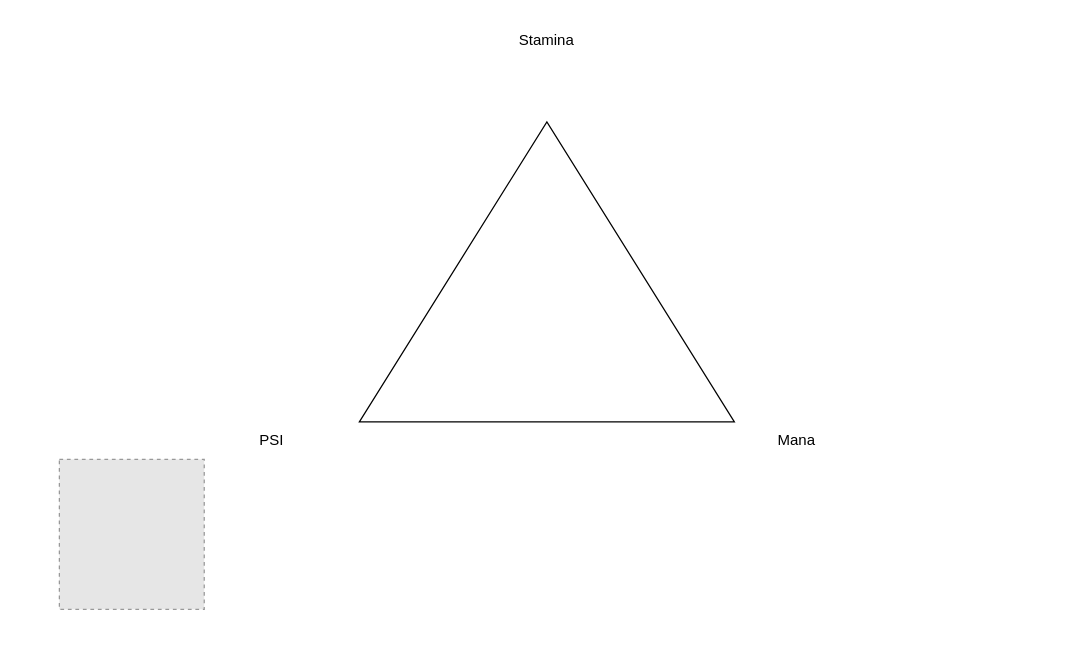
This is Diagrama sin título.drawio from netogithub/venn-frameworks, a draw.io file, before an edit. Source tidied: cells renumbered, new cells numbered last; positions are measured from the earlier drawing's top-left corner, leaving out a move shared by most shapes. Both pictures are drawn from the tidied source at 125%, with x=0, y=0 at pixel (59, 21). Pictures stored in the file or linked from it are replaced by grey dashed boxes.
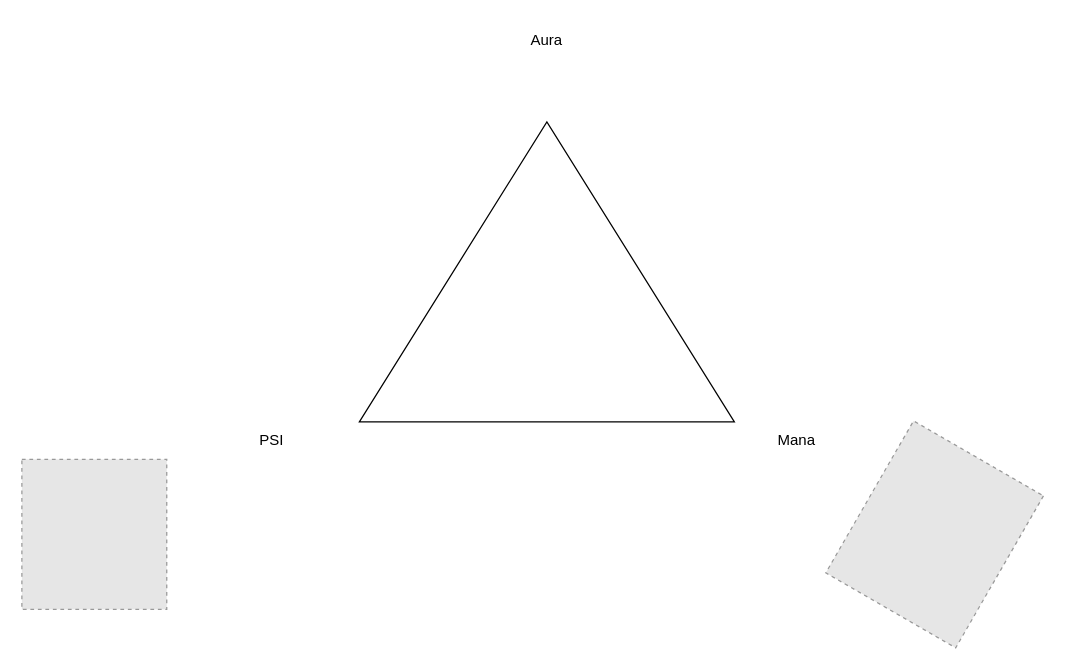
After the change.

The edit, as a diff of the source:
```diff
@@
 <mxGraphModel>
   <root>
     <mxCell id="0" />
     <mxCell id="1" parent="0" />
     <mxCell id="2" style="triangle;whiteSpace=wrap;html=1;rotation=-90;" parent="1" vertex="1">
       <mxGeometry x="270" y="50" width="240" height="300" as="geometry" />
     </mxCell>
-    <mxCell id="3" value="Stamina" style="text;html=1;strokeColor=none;fillColor=none;align=center;verticalAlign=middle;whiteSpace=wrap;rounded=0;" parent="1" vertex="1">
+    <mxCell id="3" value="Aura" style="text;html=1;strokeColor=none;fillColor=none;align=center;verticalAlign=middle;whiteSpace=wrap;rounded=0;" parent="1" vertex="1">
       <mxGeometry x="360" width="60" height="30" as="geometry" />
     </mxCell>
     <mxCell id="4" value="Mana" style="text;html=1;strokeColor=none;fillColor=none;align=center;verticalAlign=middle;whiteSpace=wrap;rounded=0;" parent="1" vertex="1">
       <mxGeometry x="560" y="320" width="60" height="30" as="geometry" />
     </mxCell>
     <mxCell id="5" value="PSI" style="text;html=1;strokeColor=none;fillColor=none;align=center;verticalAlign=middle;whiteSpace=wrap;rounded=0;" parent="1" vertex="1">
       <mxGeometry x="140" y="320" width="60" height="30" as="geometry" />
     </mxCell>
     <mxCell id="6" style="fillColor=#E6E6E6;strokeColor=#999999;dashed=1;verticalLabelPosition=bottom;labelBackgroundColor=default;verticalAlign=top;" parent="1" vertex="1">
-      <mxGeometry y="350" width="115.9" height="120" as="geometry" />
+      <mxGeometry x="-30" y="350" width="115.9" height="120" as="geometry" />
     </mxCell>
+    <mxCell id="7" style="fillColor=#E6E6E6;strokeColor=#999999;dashed=1;verticalLabelPosition=bottom;labelBackgroundColor=default;verticalAlign=top;rotation=120;" parent="1" vertex="1">
+      <mxGeometry x="630" y="350" width="140.4" height="120" as="geometry" />
+    </mxCell>
   </root>
 </mxGraphModel>
```
